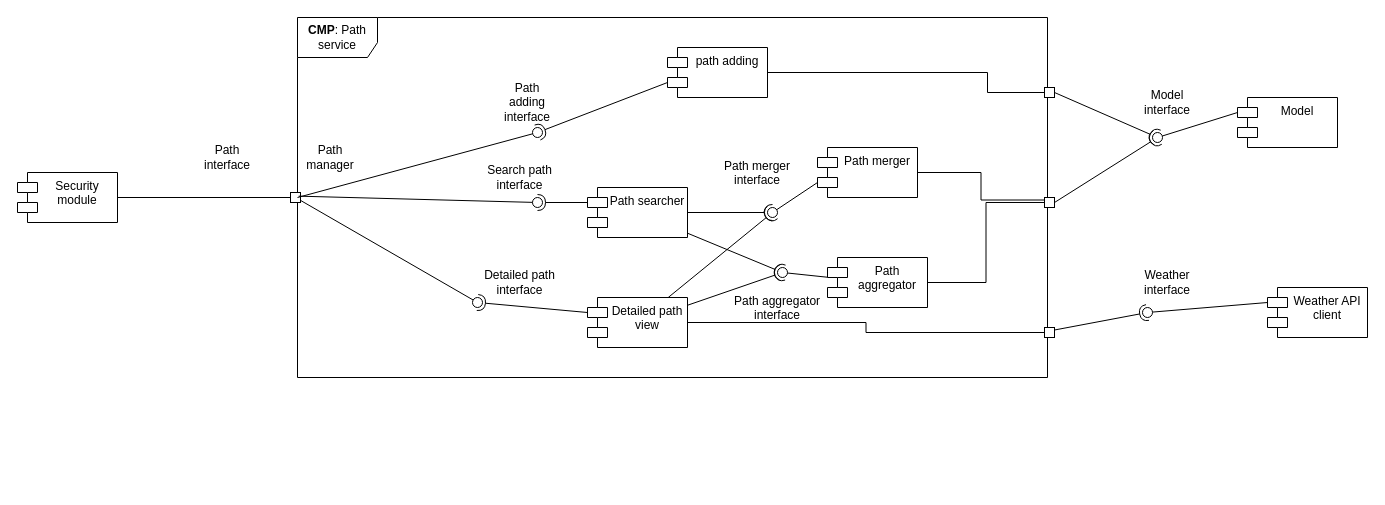
Earlier version of the draw.io diagram page "path_detailed_view" (4 of 7) of DD/LaTeXCode/images/drawio/Component_diagram.drawio (jacopobellosi/Bellosi-Montanelli-Tempobono). Source tidied: cells renumbered, new cells numbered last; positions are measured from the earlier drawing's top-left corner, leaving out a move shared by most shapes. Both pictures are drawn from the tidied source at 100%, with x=0, y=0 at pixel (17, 17).
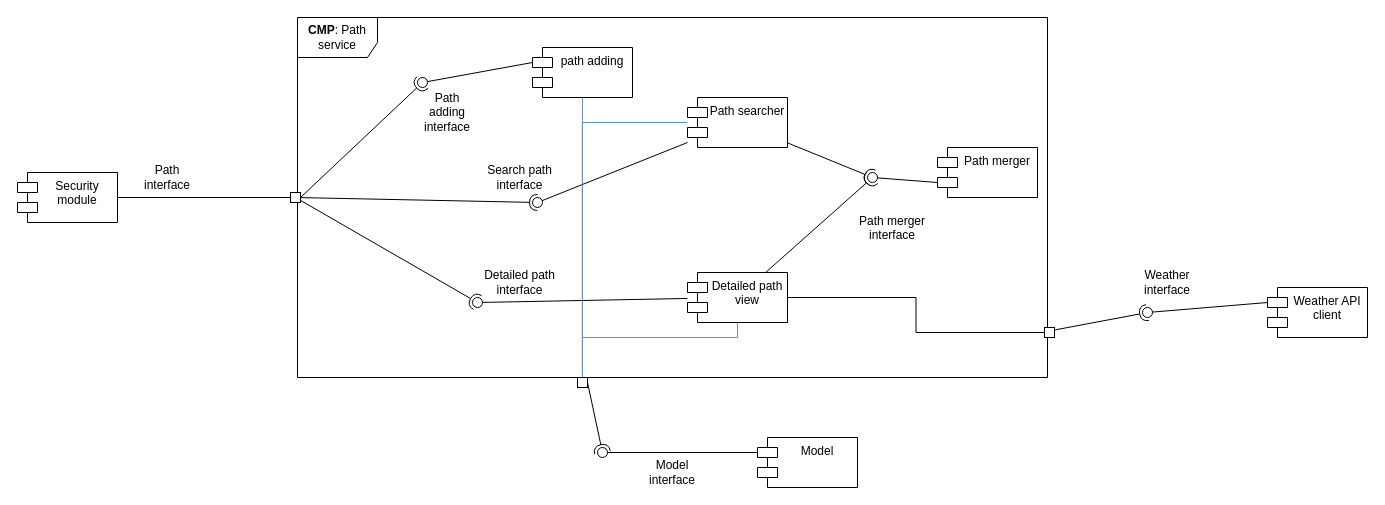
Above is the later version.

The change refers to these unchanged cells:
```xml
<mxCell id="14" style="rounded=0;whiteSpace=wrap;html=1;" parent="1" vertex="1">
  <mxGeometry x="273" y="175" width="10" height="10" as="geometry" />
</mxCell>
<mxCell id="20" style="ellipse;whiteSpace=wrap;html=1;align=center;fillColor=none;strokeColor=none;perimeter=centerPerimeter;points=[];outlineConnect=1;" parent="1" vertex="1">
  <mxGeometry x="515" y="180" width="10" height="10" as="geometry" />
</mxCell>
<mxCell id="28" style="ellipse;whiteSpace=wrap;html=1;align=center;fillColor=none;strokeColor=none;perimeter=centerPerimeter;points=[];outlineConnect=1;" parent="1" vertex="1">
  <mxGeometry x="455" y="280" width="10" height="10" as="geometry" />
</mxCell>
<mxCell id="42" style="rounded=0;whiteSpace=wrap;html=1;" parent="1" vertex="1">
  <mxGeometry x="1027" y="310" width="10" height="10" as="geometry" />
</mxCell>
```

The edit, as a diff of the source:
```diff
@@
-    <mxCell id="3" style="edgeStyle=orthogonalEdgeStyle;rounded=0;jettySize=auto;html=1;endArrow=none;endFill=0;entryX=0;entryY=0.5;entryDx=0;entryDy=0;" parent="1" edge="1" source="4" target="36">
-      <mxGeometry relative="1" as="geometry">
-        <Array as="points">
-          <mxPoint x="970" y="55" />
-          <mxPoint x="970" y="75" />
-        </Array>
-      </mxGeometry>
-    </mxCell>
+    <mxCell id="57" style="edgeStyle=orthogonalEdgeStyle;rounded=0;jettySize=auto;html=1;entryX=0.5;entryY=0;entryDx=0;entryDy=0;endArrow=none;endFill=0;fillColor=#dae8fc;strokeColor=#6c8ebf;" parent="1" edge="1" source="4" target="34">
+      <mxGeometry relative="1" as="geometry" />
+    </mxCell>
     <mxCell id="4" value="path adding" style="shape=module;align=left;spacingLeft=20;align=center;verticalAlign=top;whiteSpace=wrap;html=1;" parent="1" vertex="1">
-      <mxGeometry x="650" y="30" width="100" height="50" as="geometry" />
+      <mxGeometry x="515" y="30" width="100" height="50" as="geometry" />
     </mxCell>
     <mxCell id="5" value="Path searcher" style="shape=module;align=left;spacingLeft=20;align=center;verticalAlign=top;whiteSpace=wrap;html=1;" parent="1" vertex="1">
-      <mxGeometry x="570" y="170" width="100" height="50" as="geometry" />
+      <mxGeometry x="670" y="80" width="100" height="50" as="geometry" />
     </mxCell>
+    <mxCell id="58" style="edgeStyle=orthogonalEdgeStyle;rounded=0;jettySize=auto;html=1;entryX=0.5;entryY=0;entryDx=0;entryDy=0;endArrow=none;endFill=0;fillColor=#dae8fc;strokeColor=#6c8ebf;" parent="1" edge="1" source="6" target="34">
+      <mxGeometry relative="1" as="geometry">
+        <Array as="points">
+          <mxPoint x="720" y="320" />
+          <mxPoint x="565" y="320" />
+        </Array>
+      </mxGeometry>
+    </mxCell>
     <mxCell id="6" value="Detailed path view" style="shape=module;align=left;spacingLeft=20;align=center;verticalAlign=top;whiteSpace=wrap;html=1;" parent="1" vertex="1">
-      <mxGeometry x="570" y="280" width="100" height="50" as="geometry" />
+      <mxGeometry x="670" y="255" width="100" height="50" as="geometry" />
     </mxCell>
-    <mxCell id="7" style="edgeStyle=orthogonalEdgeStyle;rounded=0;jettySize=auto;html=1;entryX=0;entryY=0.25;entryDx=0;entryDy=0;endArrow=none;endFill=0;" parent="1" edge="1" source="8" target="34">
-      <mxGeometry relative="1" as="geometry" />
-    </mxCell>
     <mxCell id="8" value="Path merger" style="shape=module;align=left;spacingLeft=20;align=center;verticalAlign=top;whiteSpace=wrap;html=1;" parent="1" vertex="1">
-      <mxGeometry x="800" y="130" width="100" height="50" as="geometry" />
+      <mxGeometry x="920" y="130" width="100" height="50" as="geometry" />
     </mxCell>
-    <mxCell id="9" style="edgeStyle=orthogonalEdgeStyle;rounded=0;jettySize=auto;html=1;entryX=0;entryY=0.5;entryDx=0;entryDy=0;endArrow=none;endFill=0;" parent="1" edge="1" source="10" target="34">
-      <mxGeometry relative="1" as="geometry" />
-    </mxCell>
-    <mxCell id="10" value="Path aggregator" style="shape=module;align=left;spacingLeft=20;align=center;verticalAlign=top;whiteSpace=wrap;html=1;" parent="1" vertex="1">
-      <mxGeometry x="810" y="240" width="100" height="50" as="geometry" />
-    </mxCell>
@@
-    <mxCell id="15" style="rounded=0;jettySize=auto;html=1;endArrow=halfCircle;endFill=0;endSize=6;strokeWidth=1;sketch=0;exitX=0;exitY=0;exitDx=0;exitDy=35;exitPerimeter=0;" parent="1" edge="1" source="4" target="17">
+    <mxCell id="15" style="rounded=0;jettySize=auto;html=1;endArrow=halfCircle;endFill=0;endSize=6;strokeWidth=1;sketch=0;exitX=1;exitY=0.5;exitDx=0;exitDy=0;" parent="1" edge="1" source="14" target="17">
       <mxGeometry relative="1" as="geometry" />
     </mxCell>
-    <mxCell id="16" style="rounded=0;jettySize=auto;html=1;endArrow=oval;endFill=0;sketch=0;sourcePerimeterSpacing=0;targetPerimeterSpacing=0;endSize=10;" parent="1" edge="1" target="17">
-      <mxGeometry relative="1" as="geometry">
-        <mxPoint x="280" y="180" as="sourcePoint" />
-      </mxGeometry>
+    <mxCell id="16" style="rounded=0;jettySize=auto;html=1;endArrow=oval;endFill=0;sketch=0;sourcePerimeterSpacing=0;targetPerimeterSpacing=0;endSize=10;exitX=0;exitY=0;exitDx=0;exitDy=15;exitPerimeter=0;" parent="1" edge="1" source="4" target="17">
+      <mxGeometry relative="1" as="geometry" />
     </mxCell>
     <mxCell id="17" style="ellipse;whiteSpace=wrap;html=1;align=center;fillColor=none;strokeColor=none;perimeter=centerPerimeter;points=[];outlineConnect=1;" parent="1" vertex="1">
-      <mxGeometry x="515" y="110" width="10" height="10" as="geometry" />
+      <mxGeometry x="400" y="60" width="10" height="10" as="geometry" />
     </mxCell>
-    <mxCell id="18" style="rounded=0;jettySize=auto;html=1;endArrow=halfCircle;endFill=0;endSize=6;strokeWidth=1;sketch=0;exitX=0;exitY=0;exitDx=0;exitDy=15;exitPerimeter=0;" parent="1" edge="1" source="5" target="20">
+    <mxCell id="18" style="rounded=0;jettySize=auto;html=1;endArrow=halfCircle;endFill=0;endSize=6;strokeWidth=1;sketch=0;" parent="1" edge="1" source="14" target="20">
       <mxGeometry relative="1" as="geometry" />
     </mxCell>
-    <mxCell id="19" style="rounded=0;jettySize=auto;html=1;endArrow=oval;endFill=0;sketch=0;sourcePerimeterSpacing=0;targetPerimeterSpacing=0;endSize=10;exitX=0.822;exitY=0.367;exitDx=0;exitDy=0;exitPerimeter=0;" parent="1" edge="1" source="14" target="20">
+    <mxCell id="19" style="rounded=0;jettySize=auto;html=1;endArrow=oval;endFill=0;sketch=0;sourcePerimeterSpacing=0;targetPerimeterSpacing=0;endSize=10;" parent="1" edge="1" source="5" target="20">
       <mxGeometry relative="1" as="geometry" />
     </mxCell>
@@
     <mxCell id="23" style="ellipse;whiteSpace=wrap;html=1;align=center;fillColor=none;strokeColor=none;perimeter=centerPerimeter;points=[];outlineConnect=1;" parent="1" vertex="1">
-      <mxGeometry x="750" y="190" width="10" height="10" as="geometry" />
+      <mxGeometry x="850" y="155" width="10" height="10" as="geometry" />
     </mxCell>
-    <mxCell id="24" style="rounded=0;jettySize=auto;html=1;endArrow=halfCircle;endFill=0;endSize=6;strokeWidth=1;sketch=0;entryX=0.529;entryY=0.033;entryDx=0;entryDy=0;entryPerimeter=0;" parent="1" edge="1" source="5" target="31">
-      <mxGeometry relative="1" as="geometry" />
-    </mxCell>
@@
-    <mxCell id="26" style="rounded=0;jettySize=auto;html=1;endArrow=halfCircle;endFill=0;endSize=6;strokeWidth=1;sketch=0;exitX=0;exitY=0;exitDx=0;exitDy=15;exitPerimeter=0;" parent="1" edge="1" source="6" target="28">
+    <mxCell id="26" style="rounded=0;jettySize=auto;html=1;endArrow=halfCircle;endFill=0;endSize=6;strokeWidth=1;sketch=0;" parent="1" edge="1" source="14" target="28">
       <mxGeometry relative="1" as="geometry" />
     </mxCell>
-    <mxCell id="27" style="rounded=0;jettySize=auto;html=1;endArrow=oval;endFill=0;sketch=0;sourcePerimeterSpacing=0;targetPerimeterSpacing=0;endSize=10;" parent="1" edge="1" source="14" target="28">
+    <mxCell id="27" style="rounded=0;jettySize=auto;html=1;endArrow=oval;endFill=0;sketch=0;sourcePerimeterSpacing=0;targetPerimeterSpacing=0;endSize=10;" parent="1" edge="1" source="6" target="28">
       <mxGeometry relative="1" as="geometry" />
     </mxCell>
@@
-    <mxCell id="29" style="rounded=0;jettySize=auto;html=1;endArrow=halfCircle;endFill=0;endSize=6;strokeWidth=1;sketch=0;" parent="1" edge="1" source="6" target="31">
-      <mxGeometry relative="1" as="geometry" />
-    </mxCell>
-    <mxCell id="30" style="rounded=0;jettySize=auto;html=1;endArrow=oval;endFill=0;sketch=0;sourcePerimeterSpacing=0;targetPerimeterSpacing=0;endSize=10;" parent="1" edge="1" source="10" target="31">
-      <mxGeometry relative="1" as="geometry" />
-    </mxCell>
-    <mxCell id="31" style="ellipse;whiteSpace=wrap;html=1;align=center;fillColor=none;strokeColor=none;perimeter=centerPerimeter;points=[];outlineConnect=1;" parent="1" vertex="1">
-      <mxGeometry x="760" y="250" width="10" height="10" as="geometry" />
-    </mxCell>
@@
     <mxCell id="34" style="rounded=0;whiteSpace=wrap;html=1;" parent="1" vertex="1">
-      <mxGeometry x="1027" y="180" width="10" height="10" as="geometry" />
+      <mxGeometry x="560" y="360" width="10" height="10" as="geometry" />
     </mxCell>
     <mxCell id="35" value="Model" style="shape=module;align=left;spacingLeft=20;align=center;verticalAlign=top;whiteSpace=wrap;html=1;" parent="1" vertex="1">
-      <mxGeometry x="1220" y="80" width="100" height="50" as="geometry" />
+      <mxGeometry x="740" y="420" width="100" height="50" as="geometry" />
     </mxCell>
-    <mxCell id="36" style="rounded=0;whiteSpace=wrap;html=1;" parent="1" vertex="1">
-      <mxGeometry x="1027" y="70" width="10" height="10" as="geometry" />
-    </mxCell>
-    <mxCell id="37" style="rounded=0;jettySize=auto;html=1;endArrow=halfCircle;endFill=0;endSize=6;strokeWidth=1;sketch=0;exitX=1;exitY=0.5;exitDx=0;exitDy=0;" parent="1" edge="1" source="36" target="39">
-      <mxGeometry relative="1" as="geometry" />
-    </mxCell>
@@
     <mxCell id="39" style="ellipse;whiteSpace=wrap;html=1;align=center;fillColor=none;strokeColor=none;perimeter=centerPerimeter;points=[];outlineConnect=1;" parent="1" vertex="1">
-      <mxGeometry x="1135" y="115" width="10" height="10" as="geometry" />
+      <mxGeometry x="580" y="430" width="10" height="10" as="geometry" />
     </mxCell>
@@
-    <mxCell id="41" style="edgeStyle=orthogonalEdgeStyle;rounded=0;jettySize=auto;html=1;entryX=1;entryY=0.5;entryDx=0;entryDy=0;endArrow=none;endFill=0;" parent="1" edge="1" source="42" target="6">
+    <mxCell id="41" style="edgeStyle=orthogonalEdgeStyle;rounded=0;jettySize=auto;html=1;entryX=1;entryY=0.5;entryDx=0;entryDy=0;endArrow=none;endFill=0;fillColor=#fff2cc;strokeColor=#000000;" parent="1" edge="1" source="42" target="6">
       <mxGeometry relative="1" as="geometry" />
     </mxCell>
@@
     <mxCell id="48" value="Path&lt;br&gt;interface" style="text;html=1;whiteSpace=wrap;strokeColor=none;fillColor=none;align=center;verticalAlign=middle;rounded=0;" parent="1" vertex="1">
-      <mxGeometry x="180" y="125" width="60" height="30" as="geometry" />
+      <mxGeometry x="120" y="145" width="60" height="30" as="geometry" />
     </mxCell>
-    <mxCell id="49" value="Path&lt;br&gt;manager" style="text;html=1;whiteSpace=wrap;strokeColor=none;fillColor=none;align=center;verticalAlign=middle;rounded=0;" parent="1" vertex="1">
-      <mxGeometry x="283" y="125" width="60" height="30" as="geometry" />
-    </mxCell>
     <mxCell id="50" value="Path&lt;br&gt;adding&lt;br&gt;interface" style="text;html=1;whiteSpace=wrap;strokeColor=none;fillColor=none;align=center;verticalAlign=middle;rounded=0;" parent="1" vertex="1">
-      <mxGeometry x="480" y="70" width="60" height="30" as="geometry" />
+      <mxGeometry x="400" y="80" width="60" height="30" as="geometry" />
     </mxCell>
@@
     <mxCell id="53" value="&lt;div style=&quot;text-align: center;&quot;&gt;Path merger&lt;br&gt;interface&lt;/div&gt;" style="text;whiteSpace=wrap;html=1;" parent="1" vertex="1">
-      <mxGeometry x="705" y="135" width="80" height="40" as="geometry" />
+      <mxGeometry x="840" y="190" width="80" height="40" as="geometry" />
     </mxCell>
-    <mxCell id="54" value="&lt;div style=&quot;text-align: center;&quot;&gt;Path aggregator&lt;br&gt;interface&lt;/div&gt;" style="text;whiteSpace=wrap;html=1;" parent="1" vertex="1">
-      <mxGeometry x="715" y="270" width="100" height="40" as="geometry" />
-    </mxCell>
     <mxCell id="55" value="Model&lt;br&gt;interface" style="text;html=1;whiteSpace=wrap;strokeColor=none;fillColor=none;align=center;verticalAlign=middle;rounded=0;" parent="1" vertex="1">
-      <mxGeometry x="1120" y="70" width="60" height="30" as="geometry" />
+      <mxGeometry x="625" y="440" width="60" height="30" as="geometry" />
     </mxCell>
@@
+    <mxCell id="59" style="edgeStyle=orthogonalEdgeStyle;rounded=0;jettySize=auto;html=1;entryX=0.481;entryY=-0.3;entryDx=0;entryDy=0;entryPerimeter=0;endArrow=none;endFill=0;fillColor=#dae8fc;strokeColor=#6c8ebf;" parent="1" edge="1" source="5" target="34">
+      <mxGeometry relative="1" as="geometry" />
+    </mxCell>
```
